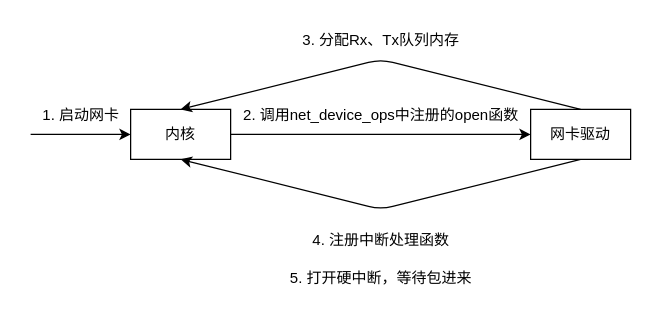
The draw.io diagram 1.知识体系/5.linux网络/启动网卡.drawio in gwm-learn/studyspace, before the edit. Source tidied: cells renumbered, new cells numbered last; positions are measured from the earlier drawing's top-left corner, leaving out a move shared by most shapes. Both pictures are drawn from the tidied source at 125%, with x=0, y=0 at pixel (30, 21).
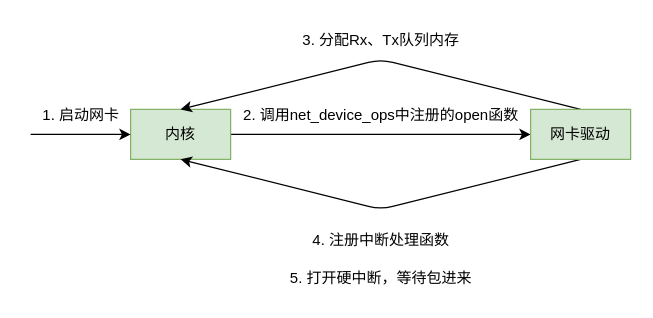
After the change.

Change to the diagram source:
```diff
@@
 <mxGraphModel>
   <root>
     <mxCell id="0" />
     <mxCell id="1" parent="0" />
     <mxCell id="2" style="edgeStyle=none;html=1;exitX=1;exitY=0.5;exitDx=0;exitDy=0;entryX=0;entryY=0.5;entryDx=0;entryDy=0;" parent="1" edge="1" source="3" target="6">
       <mxGeometry relative="1" as="geometry" />
     </mxCell>
-    <mxCell id="3" value="内核" style="rounded=0;whiteSpace=wrap;html=1;" parent="1" vertex="1">
+    <mxCell id="3" value="内核" style="rounded=0;whiteSpace=wrap;html=1;fillColor=#d5e8d4;strokeColor=#82b366;" parent="1" vertex="1">
       <mxGeometry x="80" y="70" width="80" height="40" as="geometry" />
     </mxCell>
     <mxCell id="4" style="edgeStyle=none;html=1;exitX=0.5;exitY=0;exitDx=0;exitDy=0;entryX=0.5;entryY=0;entryDx=0;entryDy=0;" parent="1" edge="1" source="6" target="3">
       <mxGeometry relative="1" as="geometry">
         <Array as="points">
           <mxPoint x="280" y="30" />
         </Array>
       </mxGeometry>
     </mxCell>
     <mxCell id="5" style="edgeStyle=none;html=1;exitX=0.5;exitY=1;exitDx=0;exitDy=0;entryX=0.5;entryY=1;entryDx=0;entryDy=0;" parent="1" edge="1" source="6" target="3">
       <mxGeometry relative="1" as="geometry">
         <Array as="points">
           <mxPoint x="280" y="150" />
         </Array>
       </mxGeometry>
     </mxCell>
-    <mxCell id="6" value="网卡驱动" style="rounded=0;whiteSpace=wrap;html=1;" parent="1" vertex="1">
+    <mxCell id="6" value="网卡驱动" style="rounded=0;whiteSpace=wrap;html=1;fillColor=#d5e8d4;strokeColor=#82b366;" parent="1" vertex="1">
       <mxGeometry x="400" y="70" width="80" height="40" as="geometry" />
     </mxCell>
     <mxCell id="7" style="endArrow=classic;html=1;entryX=0;entryY=0.5;entryDx=0;entryDy=0;" parent="1" edge="1" target="3">
       <mxGeometry relative="1" as="geometry">
         <mxPoint y="90" as="sourcePoint" />
       </mxGeometry>
     </mxCell>
     <mxCell id="8" value="1. 启动网卡" style="text;html=1;align=center;verticalAlign=middle;strokeColor=none;fillColor=none;" parent="1" vertex="1">
       <mxGeometry y="60" width="80" height="30" as="geometry" />
     </mxCell>
     <mxCell id="9" value="2. 调用net_device_ops中注册的open函数" style="text;html=1;align=center;verticalAlign=middle;strokeColor=none;fillColor=none;" parent="1" vertex="1">
       <mxGeometry x="160" y="60" width="240" height="30" as="geometry" />
     </mxCell>
     <mxCell id="10" value="3. 分配Rx、Tx队列内存" style="text;html=1;align=center;verticalAlign=middle;strokeColor=none;fillColor=none;" parent="1" vertex="1">
       <mxGeometry x="205" width="150" height="30" as="geometry" />
     </mxCell>
     <mxCell id="11" value="4. 注册中断处理函数" style="text;html=1;align=center;verticalAlign=middle;strokeColor=none;fillColor=none;" parent="1" vertex="1">
       <mxGeometry x="215" y="160" width="130" height="30" as="geometry" />
     </mxCell>
     <mxCell id="12" value="5. 打开硬中断，等待包进来" style="text;html=1;align=center;verticalAlign=middle;strokeColor=none;fillColor=none;" parent="1" vertex="1">
       <mxGeometry x="195" y="190" width="170" height="30" as="geometry" />
     </mxCell>
   </root>
 </mxGraphModel>
```
